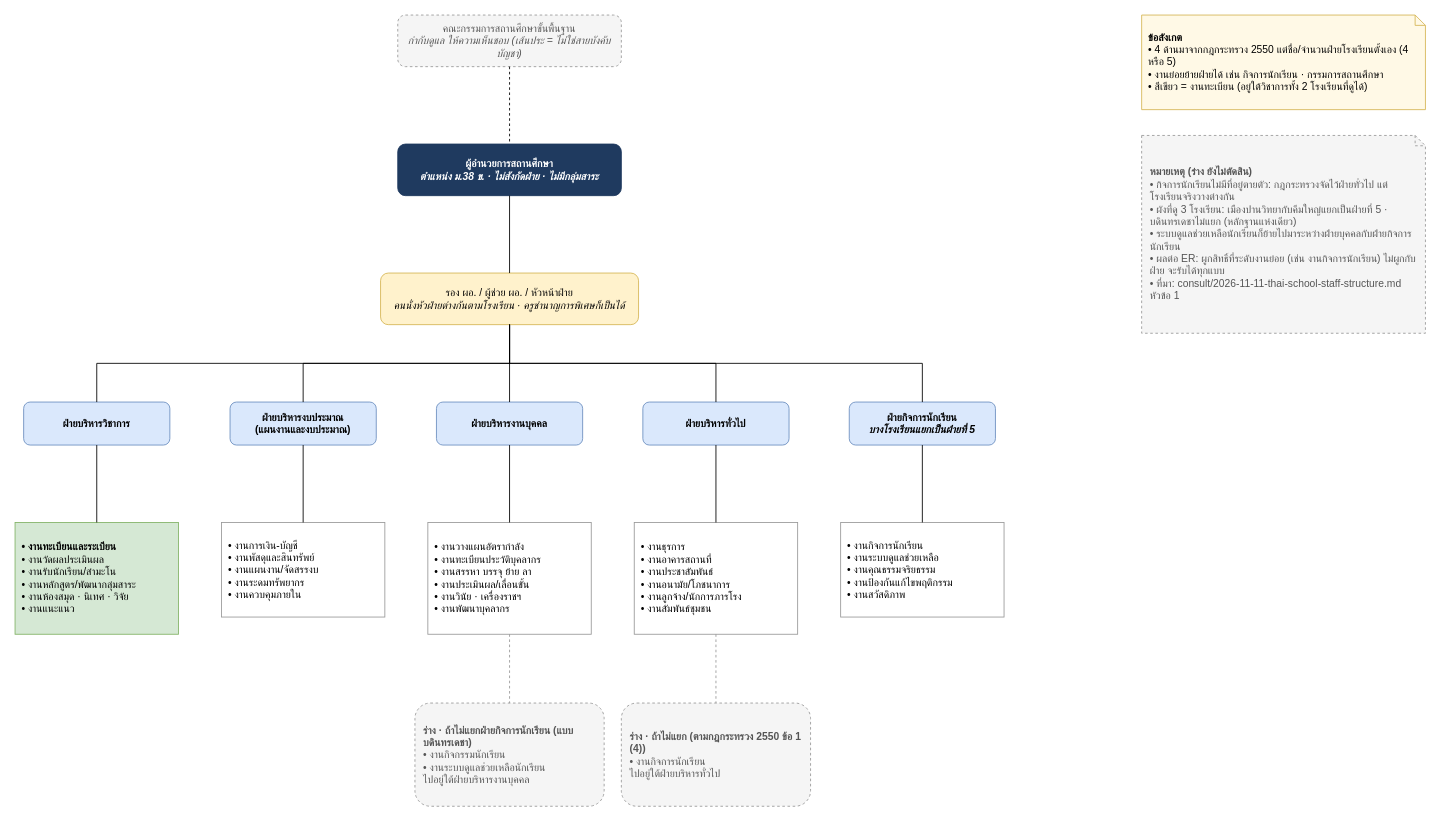
This is page "1 ฝ่ายงาน" (1 of 18) of materials/doc/ver-present/2026-11-11-thai-school-staff-structure.drawio from RealTiraqmisu/SchoolDark, a draw.io file, before an edit. Source tidied: cells renumbered, new cells numbered last; positions are measured from the earlier drawing's top-left corner, leaving out a move shared by most shapes. Both pictures are drawn from the tidied source at 86%, with x=0, y=0 at pixel (15, 15).
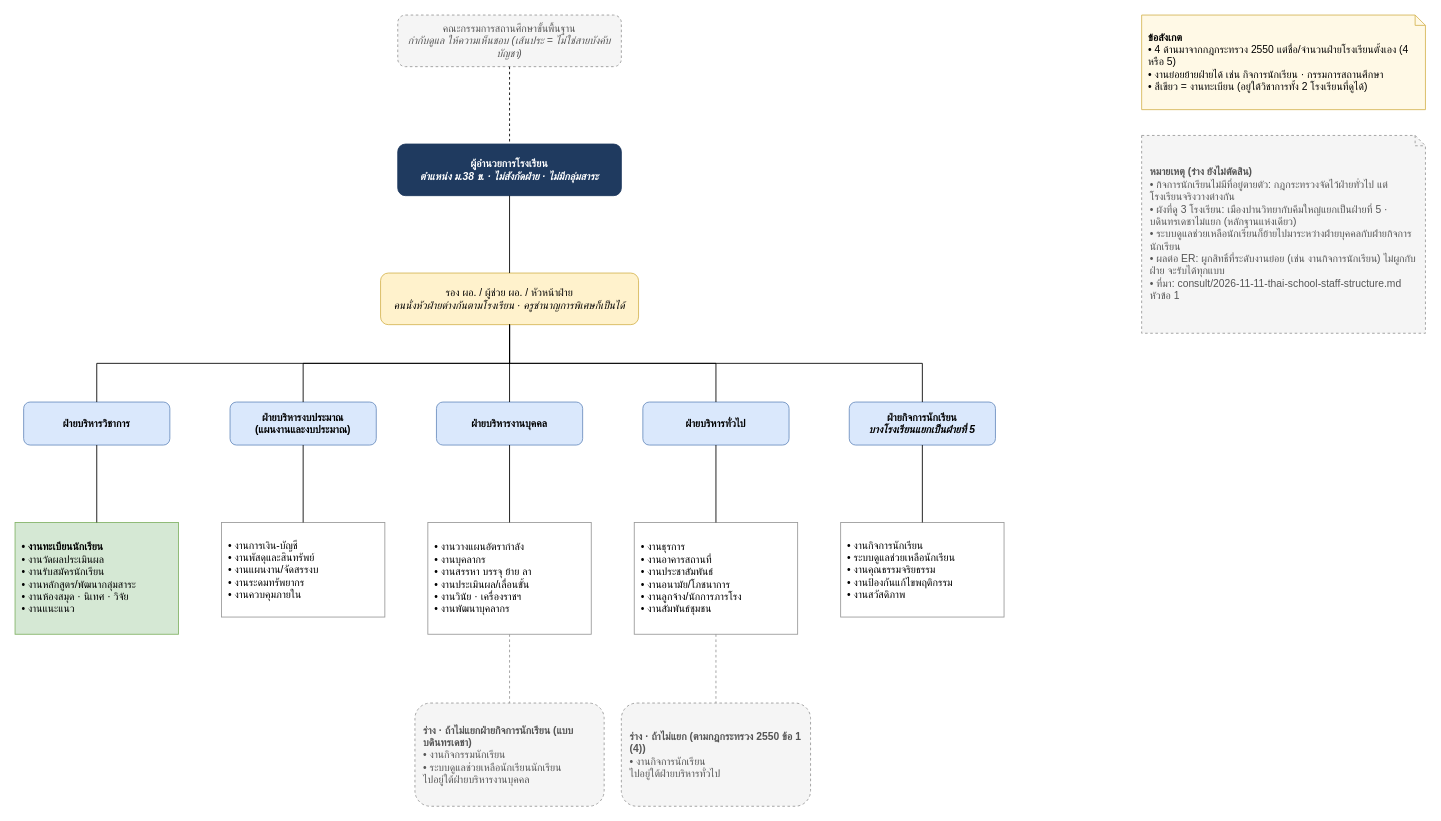
After the change.

Diff of the diagram source:
```diff
@@
-    <mxCell id="3" value="ผู้อำนวยการสถานศึกษา&lt;br&gt;&lt;i&gt;ตำแหน่ง ม.38 ข. · ไม่สังกัดฝ่าย · ไม่มีกลุ่มสาระ&lt;/i&gt;" style="rounded=1;whiteSpace=wrap;html=1;fillColor=#1f3a5f;fontColor=#ffffff;strokeColor=#1f3a5f;fontStyle=1;" parent="1" vertex="1">
+    <mxCell id="3" value="ผู้อำนวยการโรงเรียน&lt;br&gt;&lt;i&gt;ตำแหน่ง ม.38 ข. · ไม่สังกัดฝ่าย · ไม่มีกลุ่มสาระ&lt;/i&gt;" style="rounded=1;whiteSpace=wrap;html=1;fillColor=#1f3a5f;fontColor=#ffffff;strokeColor=#1f3a5f;fontStyle=1;" parent="1" vertex="1">
       <mxGeometry x="445" y="150" width="260" height="60" as="geometry" />
     </mxCell>
@@
-    <mxCell id="10" value="&lt;b&gt;• งานทะเบียนและระเบียน&lt;/b&gt;&lt;br&gt;• งานวัดผลประเมินผล&lt;br&gt;• งานรับนักเรียน/สำมะโน&lt;br&gt;• งานหลักสูตร/พัฒนากลุ่มสาระ&lt;br&gt;• งานห้องสมุด · นิเทศ · วิจัย&lt;br&gt;• งานแนะแนว" style="rounded=0;whiteSpace=wrap;html=1;fillColor=#d5e8d4;strokeColor=#82b366;align=left;spacingLeft=6;" parent="1" vertex="1">
+    <mxCell id="10" value="&lt;b&gt;• งานทะเบียนนักเรียน&lt;/b&gt;&lt;br&gt;• งานวัดผลประเมินผล&lt;br&gt;• งานรับสมัครนักเรียน&lt;br&gt;• งานหลักสูตร/พัฒนากลุ่มสาระ&lt;br&gt;• งานห้องสมุด · นิเทศ · วิจัย&lt;br&gt;• งานแนะแนว" style="rounded=0;whiteSpace=wrap;html=1;fillColor=#d5e8d4;strokeColor=#82b366;align=left;spacingLeft=6;" parent="1" vertex="1">
       <mxGeometry y="590" width="190" height="130" as="geometry" />
     </mxCell>
@@
-    <mxCell id="12" value="• งานวางแผนอัตรากำลัง&lt;br&gt;• งานทะเบียนประวัติบุคลากร&lt;br&gt;• งานสรรหา บรรจุ ย้าย ลา&lt;br&gt;• งานประเมินผล/เลื่อนขั้น&lt;br&gt;• งานวินัย · เครื่องราชฯ&lt;br&gt;• งานพัฒนาบุคลากร" style="rounded=0;whiteSpace=wrap;html=1;fillColor=#ffffff;strokeColor=#999999;align=left;spacingLeft=6;" parent="1" vertex="1">
+    <mxCell id="12" value="• งานวางแผนอัตรากำลัง&lt;br&gt;• งานบุคลากร&lt;br&gt;• งานสรรหา บรรจุ ย้าย ลา&lt;br&gt;• งานประเมินผล/เลื่อนขั้น&lt;br&gt;• งานวินัย · เครื่องราชฯ&lt;br&gt;• งานพัฒนาบุคลากร" style="rounded=0;whiteSpace=wrap;html=1;fillColor=#ffffff;strokeColor=#999999;align=left;spacingLeft=6;" parent="1" vertex="1">
       <mxGeometry x="480" y="590" width="190" height="130" as="geometry" />
     </mxCell>
@@
-    <mxCell id="14" value="• งานกิจการนักเรียน&lt;br&gt;• งานระบบดูแลช่วยเหลือ&lt;br&gt;• งานคุณธรรมจริยธรรม&lt;br&gt;• งานป้องกันแก้ไขพฤติกรรม&lt;br&gt;• งานสวัสดิภาพ" style="rounded=0;whiteSpace=wrap;html=1;fillColor=#ffffff;strokeColor=#999999;align=left;spacingLeft=6;" parent="1" vertex="1">
+    <mxCell id="14" value="• งานกิจการนักเรียน&lt;br&gt;• ระบบดูแลช่วยเหลือนักเรียน&lt;br&gt;• งานคุณธรรมจริยธรรม&lt;br&gt;• งานป้องกันแก้ไขพฤติกรรม&lt;br&gt;• งานสวัสดิภาพ" style="rounded=0;whiteSpace=wrap;html=1;fillColor=#ffffff;strokeColor=#999999;align=left;spacingLeft=6;" parent="1" vertex="1">
       <mxGeometry x="960" y="590" width="190" height="110" as="geometry" />
     </mxCell>
@@
-    <mxCell id="28" value="&lt;b&gt;ร่าง · ถ้าไม่แยกฝ่ายกิจการนักเรียน (แบบบดินทรเดชา)&lt;/b&gt;&lt;br&gt;• งานกิจกรรมนักเรียน&lt;br&gt;• งานระบบดูแลช่วยเหลือนักเรียน&lt;br&gt;ไปอยู่ใต้ฝ่ายบริหารงานบุคคล" style="rounded=1;whiteSpace=wrap;html=1;fillColor=#f5f5f5;strokeColor=#999999;dashed=1;fontColor=#555555;align=left;spacingLeft=8;spacingRight=6;" parent="1" vertex="1">
+    <mxCell id="28" value="&lt;b&gt;ร่าง · ถ้าไม่แยกฝ่ายกิจการนักเรียน (แบบบดินทรเดชา)&lt;/b&gt;&lt;br&gt;• งานกิจกรรมนักเรียน&lt;br&gt;• ระบบดูแลช่วยเหลือนักเรียนนักเรียน&lt;br&gt;ไปอยู่ใต้ฝ่ายบริหารงานบุคคล" style="rounded=1;whiteSpace=wrap;html=1;fillColor=#f5f5f5;strokeColor=#999999;dashed=1;fontColor=#555555;align=left;spacingLeft=8;spacingRight=6;" parent="1" vertex="1">
       <mxGeometry x="465" y="800" width="220" height="120" as="geometry" />
     </mxCell>
```
